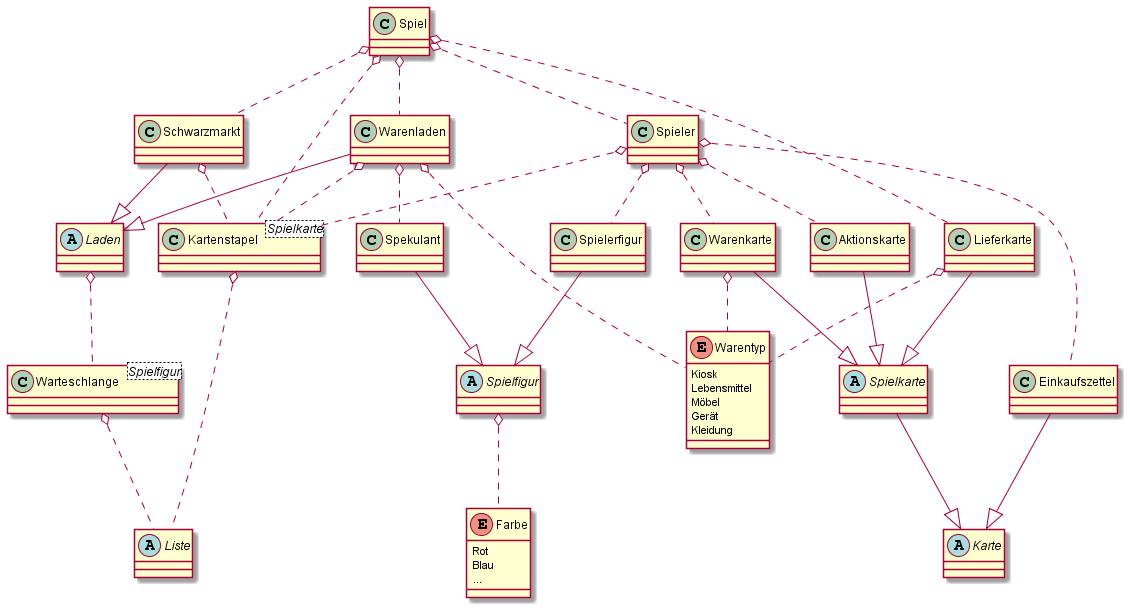
Earlier version of the PlantUML export docs/diagrams/out/architecture_overview/architecture_overview.png (Robintobin/Kolejka).
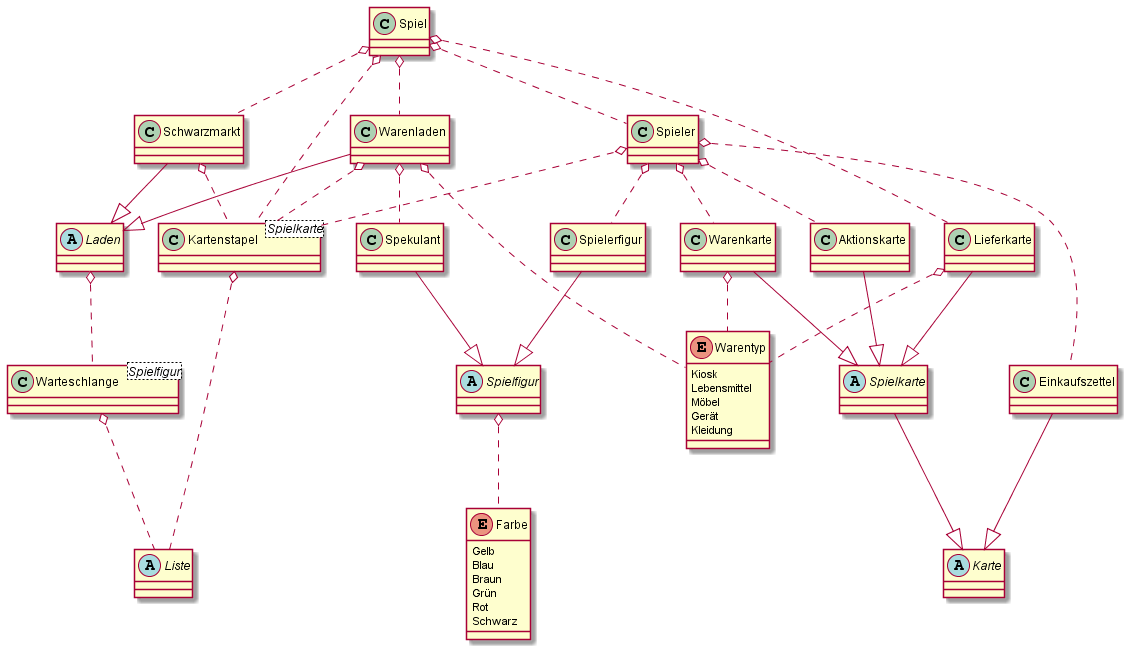
Above is the later version.

The edit, as a diff of the source:
```diff
@@ -29,9 +29,12 @@
     Kleidung
 }
 enum Farbe {
+    Gelb
+    Blau
+    Braun
+    Grün
     Rot
-    Blau
-    ...
+    Schwarz
 }
 
 Spiel o.. Spieler
```
